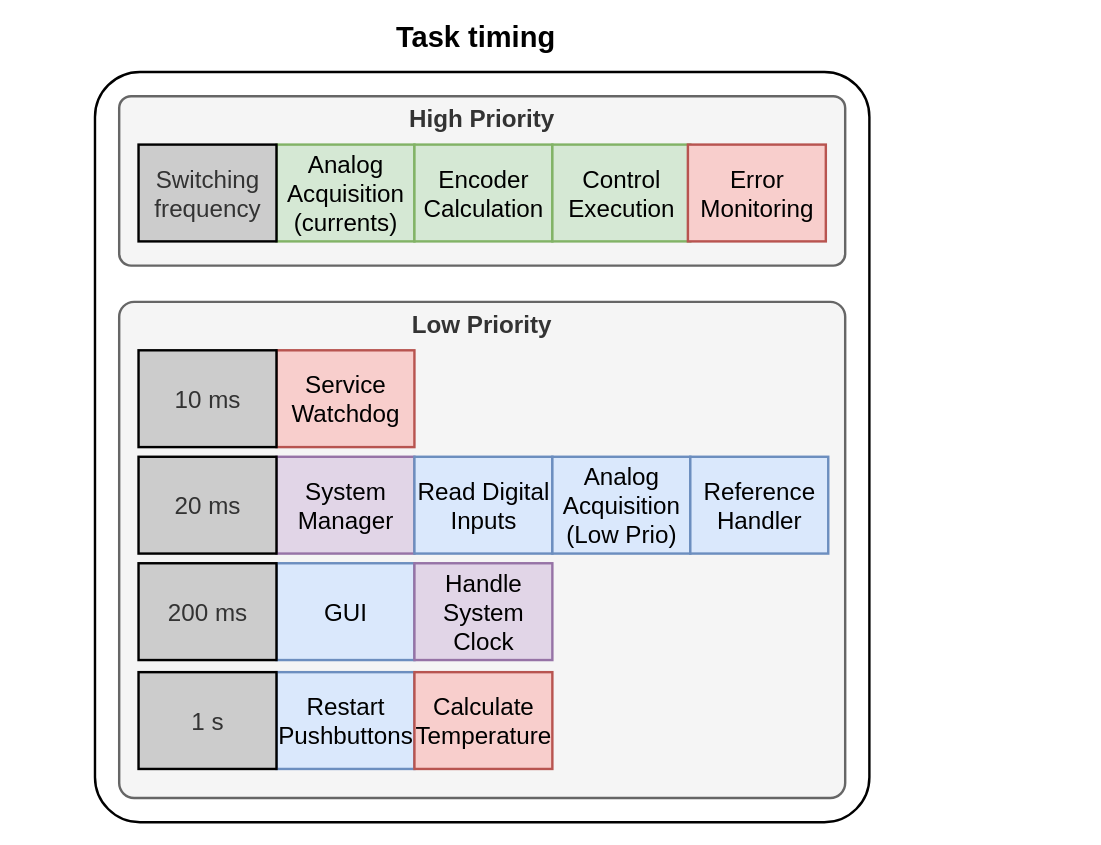
Before: Report/Diagrams/TemplateTaskTiming.drawio in NicolaiFransen/SemesterProjectPED2, a draw.io diagram. Source tidied: cells renumbered, new cells numbered last; positions are measured from the earlier drawing's top-left corner, leaving out a move shared by most shapes. Both pictures are drawn from the tidied source at 121%, with x=0, y=0 at pixel (94, 24).
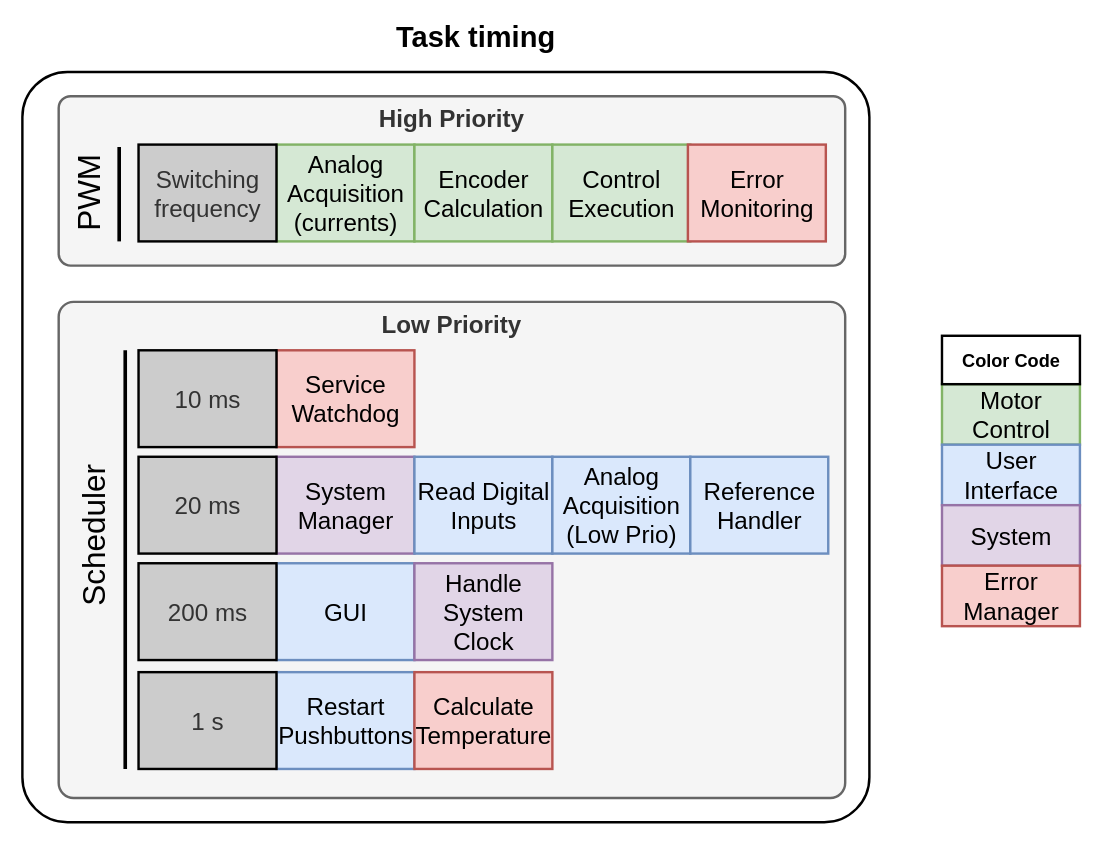
After the change.

Commit message:
Added color coding

The edit, as a diff of the source:
```diff
@@
     <mxCell id="2" style="rounded=1;whiteSpace=wrap;html=1;strokeWidth=2;shadow=0;imageAspect=1;arcSize=6;" parent="1" vertex="1">
-      <mxGeometry y="39" width="640" height="620" as="geometry" />
+      <mxGeometry x="-60" y="39" width="700" height="620" as="geometry" />
     </mxCell>
     <mxCell id="3" value="Low Priority" style="rounded=1;whiteSpace=wrap;html=1;shadow=0;glass=0;comic=0;strokeWidth=2;fillColor=#f5f5f5;strokeColor=#666666;fontColor=#333333;verticalAlign=top;fontSize=20;fontStyle=1;arcSize=3;" parent="1" vertex="1">
-      <mxGeometry x="20" y="229" width="600" height="410" as="geometry" />
+      <mxGeometry x="-30" y="229" width="650" height="410" as="geometry" />
     </mxCell>
     <mxCell id="4" value="High Priority" style="rounded=1;whiteSpace=wrap;html=1;shadow=0;glass=0;comic=0;strokeWidth=2;fillColor=#f5f5f5;strokeColor=#666666;fontColor=#333333;verticalAlign=top;fontSize=20;fontStyle=1;arcSize=7;" parent="1" vertex="1">
-      <mxGeometry x="20" y="59" width="600" height="140" as="geometry" />
+      <mxGeometry x="-30" y="59" width="650" height="140" as="geometry" />
     </mxCell>
@@
+    <mxCell id="24" value="&lt;div style=&quot;font-size: 20px&quot;&gt;Motor&lt;/div&gt;&lt;div style=&quot;font-size: 20px&quot;&gt;Control&lt;/div&gt;" style="html=1;rounded=0;shadow=0;glass=0;comic=0;strokeColor=#82b366;strokeWidth=2;fillColor=#d5e8d4;" parent="1" vertex="1">
+      <mxGeometry x="700" y="297" width="114" height="50" as="geometry" />
+    </mxCell>
+    <mxCell id="25" value="&lt;div style=&quot;font-size: 20px&quot;&gt;User&lt;/div&gt;&lt;div style=&quot;font-size: 20px&quot;&gt;Interface&lt;/div&gt;" style="html=1;rounded=0;shadow=0;glass=0;comic=0;strokeColor=#6c8ebf;strokeWidth=2;fillColor=#dae8fc;" parent="1" vertex="1">
+      <mxGeometry x="700" y="347" width="114" height="50" as="geometry" />
+    </mxCell>
+    <mxCell id="26" value="&lt;div style=&quot;font-size: 20px&quot;&gt;System&lt;/div&gt;" style="html=1;rounded=0;shadow=0;glass=0;comic=0;strokeColor=#9673a6;strokeWidth=2;fillColor=#e1d5e7;" parent="1" vertex="1">
+      <mxGeometry x="700" y="397" width="114" height="50" as="geometry" />
+    </mxCell>
+    <mxCell id="27" value="&lt;div style=&quot;font-size: 20px&quot;&gt;Error&lt;/div&gt;&lt;div style=&quot;font-size: 20px&quot;&gt;Manager&lt;/div&gt;" style="html=1;rounded=0;shadow=0;glass=0;comic=0;strokeColor=#b85450;strokeWidth=2;fillColor=#f8cecc;" parent="1" vertex="1">
+      <mxGeometry x="700" y="447" width="114" height="50" as="geometry" />
+    </mxCell>
+    <mxCell id="28" value="&lt;div style=&quot;font-size: 15px;&quot;&gt;Color Code&lt;/div&gt;" style="html=1;rounded=0;shadow=0;glass=0;comic=0;strokeWidth=2;fontStyle=1;fontSize=15;" parent="1" vertex="1">
+      <mxGeometry x="700" y="257" width="114" height="40" as="geometry" />
+    </mxCell>
+    <mxCell id="29" value="&lt;font style=&quot;font-size: 26px;&quot;&gt;Scheduler&lt;/font&gt;" style="text;html=1;strokeColor=none;fillColor=none;align=center;verticalAlign=middle;whiteSpace=wrap;rounded=0;fontSize=26;direction=east;flipV=0;rotation=0;horizontal=0;fontStyle=0;" parent="1" vertex="1">
+      <mxGeometry x="-54" y="380" width="108" height="84" as="geometry" />
+    </mxCell>
+    <mxCell id="30" value="&lt;font style=&quot;font-size: 26px&quot;&gt;PWM&lt;/font&gt;" style="text;html=1;strokeColor=none;fillColor=none;align=center;verticalAlign=middle;whiteSpace=wrap;rounded=0;fontSize=26;direction=east;flipV=0;rotation=0;horizontal=0;fontStyle=0;" parent="1" vertex="1">
+      <mxGeometry x="-58" y="97" width="108" height="84" as="geometry" />
+    </mxCell>
+    <mxCell id="31" style="endArrow=none;html=1;fontSize=23;strokeWidth=3;" parent="1" edge="1">
+      <mxGeometry relative="1" as="geometry">
+        <mxPoint x="25" y="269" as="sourcePoint" />
+        <mxPoint x="25" y="615" as="targetPoint" />
+      </mxGeometry>
+    </mxCell>
+    <mxCell id="32" style="endArrow=none;html=1;fontSize=23;strokeWidth=3;" parent="1" edge="1">
+      <mxGeometry relative="1" as="geometry">
+        <mxPoint x="20" y="101" as="sourcePoint" />
+        <mxPoint x="20" y="179" as="targetPoint" />
+      </mxGeometry>
+    </mxCell>
```
